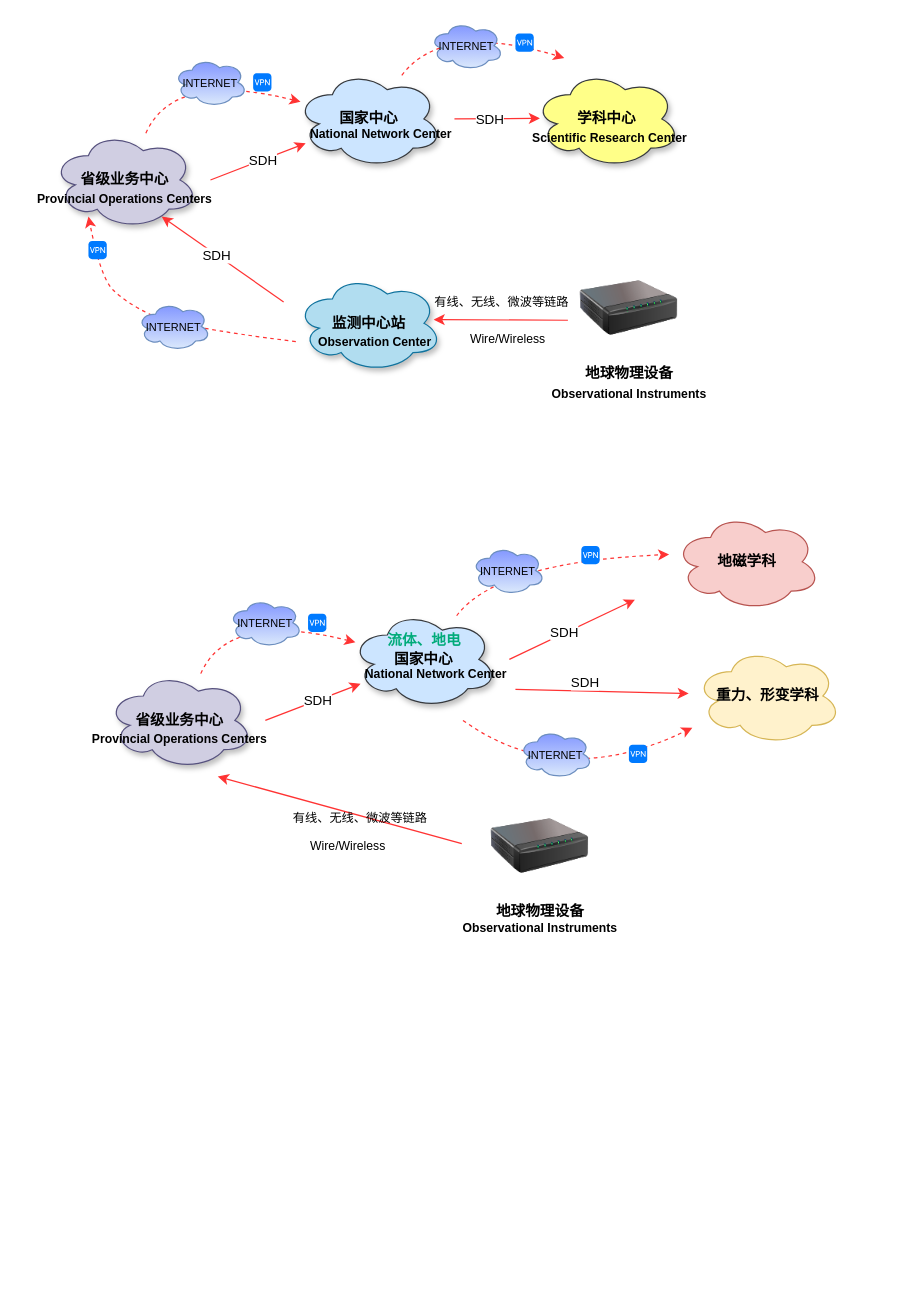
raingnight/Blog_Pic keeps this draw.io diagram as page "第 3 页" (3 of 7) of drawio/eq_network.drawio. Above is the earlier version. Source tidied: cells renumbered, new cells numbered last; positions are measured from the earlier drawing's top-left corner, leaving out a move shared by most shapes. Both pictures are drawn from the tidied source at 122%, with x=0, y=0 at pixel (21, 21).
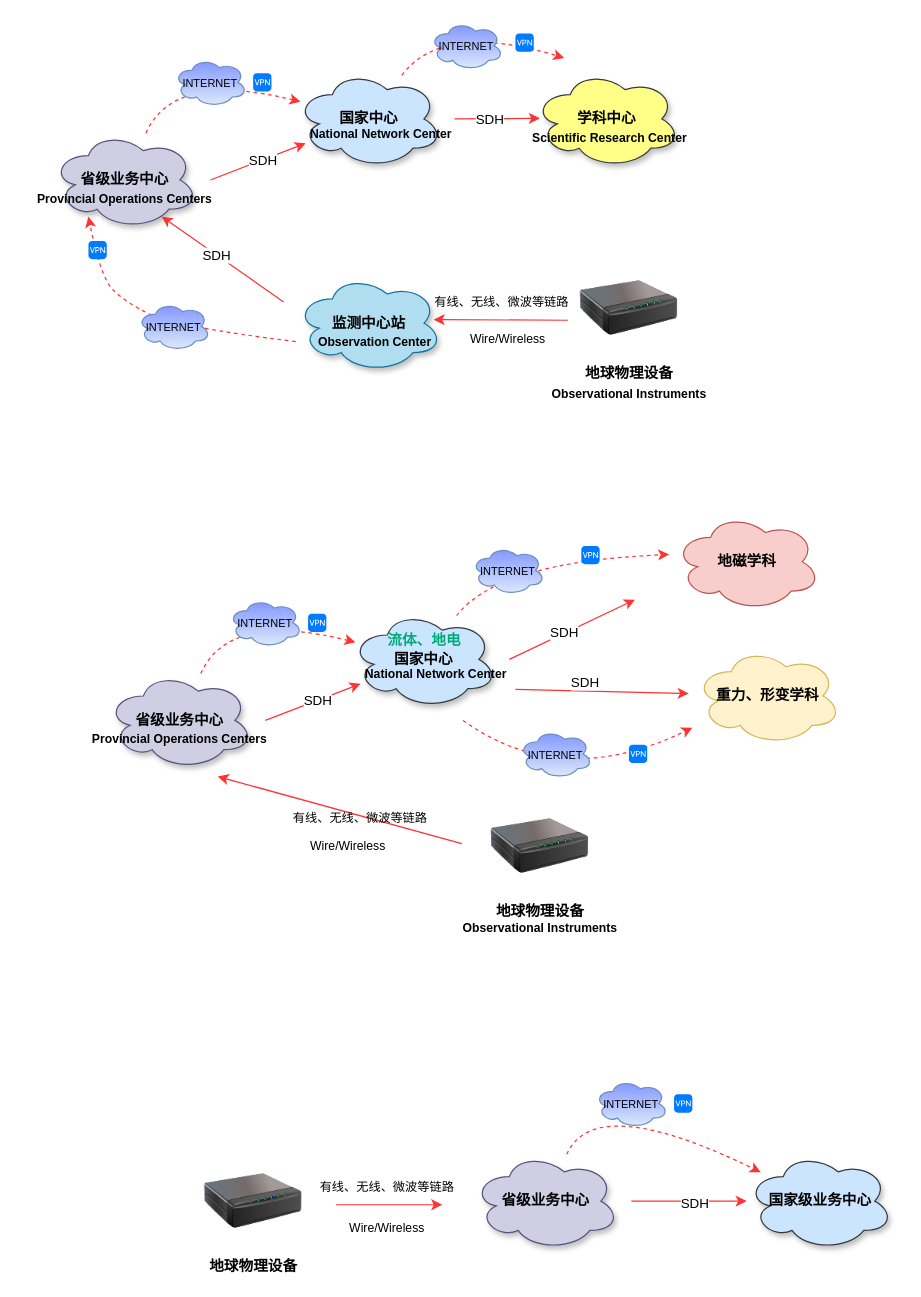
The same page after the edit.

The edit, as a diff of the source:
```diff
@@
+    <mxCell id="57" value="&lt;b&gt;国家级业务中心&lt;/b&gt;" style="ellipse;shape=cloud;whiteSpace=wrap;html=1;fillColor=#cce5ff;strokeColor=#36393d;shadow=1;" parent="1" vertex="1">
+      <mxGeometry x="594.5" y="927" width="120" height="80" as="geometry" />
+    </mxCell>
+    <mxCell id="58" value="&lt;b&gt;省级业务中心&lt;/b&gt;" style="ellipse;shape=cloud;whiteSpace=wrap;html=1;fillColor=#d0cee2;strokeColor=#56517e;shadow=1;" parent="1" vertex="1">
+      <mxGeometry x="370" y="927" width="120" height="80" as="geometry" />
+    </mxCell>
+    <mxCell id="59" value="&lt;b&gt;地球物理设备&lt;/b&gt;" style="image;html=1;image=img/lib/clip_art/networking/Print_Server_128x128.png;" parent="1" vertex="1">
+      <mxGeometry x="150" y="927" width="80" height="80" as="geometry" />
+    </mxCell>
+    <mxCell id="60" style="endArrow=classic;html=1;rounded=0;fillColor=#e51400;strokeColor=#FF3333;entryX=0;entryY=0.5;entryDx=0;entryDy=0;" parent="1" edge="1">
+      <mxGeometry relative="1" as="geometry">
+        <mxPoint x="258" y="970" as="sourcePoint" />
+        <mxPoint x="345" y="970" as="targetPoint" />
+      </mxGeometry>
+    </mxCell>
+    <mxCell id="61" value="&lt;font style=&quot;font-size: 10px;&quot;&gt;有线、无线、微波等链路&lt;/font&gt;" style="text;html=1;strokeColor=none;fillColor=none;align=center;verticalAlign=middle;whiteSpace=wrap;rounded=0;" parent="1" vertex="1">
+      <mxGeometry x="225" y="940" width="150" height="30" as="geometry" />
+    </mxCell>
+    <mxCell id="62" value="&lt;span style=&quot;font-size: 10px;&quot;&gt;Wire/Wireless&lt;/span&gt;" style="text;html=1;strokeColor=none;fillColor=none;align=center;verticalAlign=middle;whiteSpace=wrap;rounded=0;" parent="1" vertex="1">
+      <mxGeometry x="225" y="974" width="150" height="30" as="geometry" />
+    </mxCell>
+    <mxCell id="63" style="curved=1;endArrow=classic;html=1;rounded=0;dashed=1;fillColor=#e51400;strokeColor=#FF3333;" parent="1" edge="1" source="58" target="57">
+      <mxGeometry relative="1" as="geometry">
+        <Array as="points">
+          <mxPoint x="470" y="877" />
+        </Array>
+      </mxGeometry>
+    </mxCell>
+    <mxCell id="64" value="&lt;font style=&quot;font-size: 9px;&quot;&gt;INTERNET&lt;/font&gt;" style="ellipse;shape=cloud;whiteSpace=wrap;html=1;align=center;fillColor=#dae8fc;gradientColor=#8599FF;strokeColor=#6c8ebf;gradientDirection=north;" parent="1" vertex="1">
+      <mxGeometry x="470" y="867" width="60" height="40" as="geometry" />
+    </mxCell>
+    <mxCell id="65" style="html=1;strokeWidth=1;shadow=0;dashed=0;shape=mxgraph.ios7.misc.vpn;fillColor=#007AFF;strokeColor=none;buttonText=;strokeColor2=#222222;fontColor=#222222;fontSize=8;verticalLabelPosition=bottom;verticalAlign=top;align=center;sketch=0;" parent="1" vertex="1">
+      <mxGeometry x="535" y="879.5" width="15" height="15" as="geometry" />
+    </mxCell>
+    <mxCell id="66" style="endArrow=classic;html=1;rounded=0;fillColor=#e51400;strokeColor=#FF3333;" parent="1" edge="1" target="57">
+      <mxGeometry relative="1" as="geometry">
+        <mxPoint x="500" y="967" as="sourcePoint" />
+      </mxGeometry>
+    </mxCell>
+    <mxCell id="67" value="SDH" style="edgeLabel;html=1;align=center;verticalAlign=middle;" parent="66" vertex="1">
+      <mxGeometry x="0.15" y="-1" relative="1" as="geometry">
+        <mxPoint x="-3" as="offset" />
+      </mxGeometry>
+    </mxCell>
```
